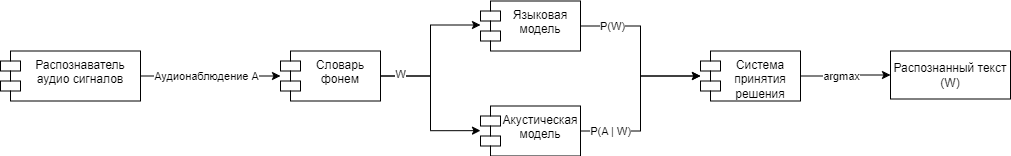
petrik33/BSU-Speech-Recognition keeps this draw.io diagram as diagrams/chapter4-architecture.png. Above is the earlier version. Source tidied: cells renumbered, new cells last; positions are measured from the earlier drawing's top-left corner, leaving out a move shared by most shapes. The source it was exported from:
```xml
<mxGraphModel>
  <root>
    <mxCell id="0" />
    <mxCell id="1" parent="0" />
    <mxCell id="2" style="edgeStyle=orthogonalEdgeStyle;rounded=0;jettySize=auto;html=1;" parent="1" edge="1" source="4" target="14">
      <mxGeometry relative="1" as="geometry" />
    </mxCell>
    <mxCell id="3" value="Аудионаблюдение A" style="edgeLabel;html=1;align=center;verticalAlign=middle;" parent="2" vertex="1">
      <mxGeometry x="0.04" relative="1" as="geometry">
        <mxPoint x="-8" as="offset" />
      </mxGeometry>
    </mxCell>
    <mxCell id="4" value="Распознаватель аудио сигналов" style="shape=module;align=left;spacingLeft=20;align=center;verticalAlign=top;whiteSpace=wrap;html=1;" parent="1" vertex="1">
      <mxGeometry y="50.5" width="140" height="50" as="geometry" />
    </mxCell>
    <mxCell id="5" value="Акустическая модель" style="shape=module;align=left;spacingLeft=20;align=center;verticalAlign=top;whiteSpace=wrap;html=1;" parent="1" vertex="1">
      <mxGeometry x="480" y="105.5" width="100" height="50" as="geometry" />
    </mxCell>
    <mxCell id="6" value="Языковая модель" style="shape=module;align=left;spacingLeft=20;align=center;verticalAlign=top;whiteSpace=wrap;html=1;" parent="1" vertex="1">
      <mxGeometry x="480" y="0.5" width="100" height="50" as="geometry" />
    </mxCell>
    <mxCell id="7" style="edgeStyle=orthogonalEdgeStyle;rounded=0;jettySize=auto;html=1;entryX=1;entryY=0.5;entryDx=0;entryDy=0;startArrow=classic;startFill=1;endArrow=none;endFill=0;" parent="1" edge="1" source="13" target="6">
      <mxGeometry relative="1" as="geometry" />
    </mxCell>
    <mxCell id="8" value="P(W)" style="edgeLabel;html=1;align=center;verticalAlign=middle;" parent="7" vertex="1">
      <mxGeometry x="0.65" relative="1" as="geometry">
        <mxPoint x="1" as="offset" />
      </mxGeometry>
    </mxCell>
    <mxCell id="9" style="edgeStyle=orthogonalEdgeStyle;rounded=0;jettySize=auto;html=1;entryX=1;entryY=0.5;entryDx=0;entryDy=0;startArrow=classic;startFill=1;endArrow=none;endFill=0;" parent="1" edge="1" source="13" target="5">
      <mxGeometry relative="1" as="geometry" />
    </mxCell>
    <mxCell id="10" value="P(A | W)" style="edgeLabel;html=1;align=center;verticalAlign=middle;" parent="9" vertex="1">
      <mxGeometry x="0.7" y="-1" relative="1" as="geometry">
        <mxPoint x="2" y="1" as="offset" />
      </mxGeometry>
    </mxCell>
    <mxCell id="11" style="edgeStyle=orthogonalEdgeStyle;rounded=0;jettySize=auto;html=1;" parent="1" edge="1" source="13" target="19">
      <mxGeometry relative="1" as="geometry" />
    </mxCell>
    <mxCell id="12" value="argmax" style="edgeLabel;html=1;align=center;verticalAlign=middle;" parent="11" vertex="1">
      <mxGeometry x="0.08" relative="1" as="geometry">
        <mxPoint x="-8" y="1" as="offset" />
      </mxGeometry>
    </mxCell>
    <mxCell id="13" value="Система принятия решения" style="shape=module;align=left;spacingLeft=20;align=center;verticalAlign=top;whiteSpace=wrap;html=1;" parent="1" vertex="1">
      <mxGeometry x="700" y="50.5" width="100" height="50" as="geometry" />
    </mxCell>
    <mxCell id="14" value="Словарь фонем" style="shape=module;align=left;spacingLeft=20;align=center;verticalAlign=top;whiteSpace=wrap;html=1;" parent="1" vertex="1">
      <mxGeometry x="280" y="50.5" width="100" height="50" as="geometry" />
    </mxCell>
    <mxCell id="15" style="edgeStyle=orthogonalEdgeStyle;rounded=0;jettySize=auto;html=1;entryX=0;entryY=0.48;entryDx=0;entryDy=0;entryPerimeter=0;" parent="1" edge="1" source="14" target="6">
      <mxGeometry relative="1" as="geometry" />
    </mxCell>
    <mxCell id="16" style="edgeStyle=orthogonalEdgeStyle;rounded=0;jettySize=auto;html=1;entryX=0;entryY=0.493;entryDx=0;entryDy=0;entryPerimeter=0;" parent="1" edge="1" source="14" target="5">
      <mxGeometry relative="1" as="geometry" />
    </mxCell>
    <mxCell id="17" value="W" style="edgeLabel;html=1;align=center;verticalAlign=middle;" parent="16" vertex="1">
      <mxGeometry x="-0.75" y="2" relative="1" as="geometry" />
    </mxCell>
    <mxCell id="18" style="edgeStyle=orthogonalEdgeStyle;rounded=0;orthogonalLoop=1;jettySize=auto;html=1;exitX=0.5;exitY=1;exitDx=0;exitDy=0;" parent="1" edge="1" source="14" target="14">
      <mxGeometry relative="1" as="geometry" />
    </mxCell>
    <mxCell id="19" value="Распознанный текст (W)" style="rounded=0;whiteSpace=wrap;html=1;" parent="1" vertex="1">
      <mxGeometry x="890" y="50.5" width="120" height="48" as="geometry" />
    </mxCell>
  </root>
</mxGraphModel>
```
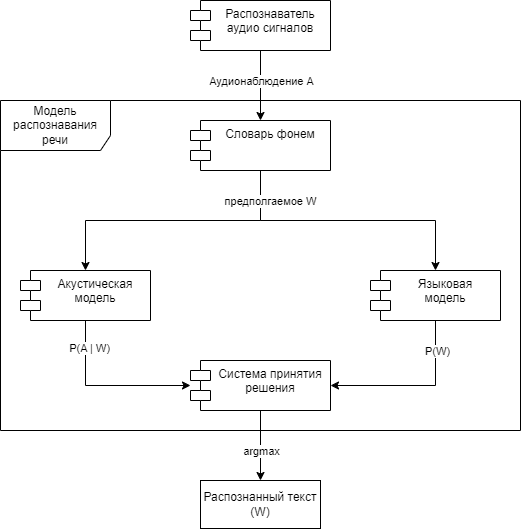
The same file after the commit.

The edit, as a diff of the source:
```diff
@@ -7,19 +7,19 @@
     </mxCell>
     <mxCell id="3" value="Аудионаблюдение A" style="edgeLabel;html=1;align=center;verticalAlign=middle;" parent="2" vertex="1">
       <mxGeometry x="0.04" relative="1" as="geometry">
-        <mxPoint x="-8" as="offset" />
+        <mxPoint y="-6" as="offset" />
       </mxGeometry>
     </mxCell>
     <mxCell id="4" value="Распознаватель аудио сигналов" style="shape=module;align=left;spacingLeft=20;align=center;verticalAlign=top;whiteSpace=wrap;html=1;" parent="1" vertex="1">
-      <mxGeometry y="50.5" width="140" height="50" as="geometry" />
+      <mxGeometry x="600" y="-52" width="140" height="50" as="geometry" />
     </mxCell>
     <mxCell id="5" value="Акустическая модель" style="shape=module;align=left;spacingLeft=20;align=center;verticalAlign=top;whiteSpace=wrap;html=1;" parent="1" vertex="1">
-      <mxGeometry x="480" y="105.5" width="100" height="50" as="geometry" />
+      <mxGeometry x="430" y="218" width="130" height="50" as="geometry" />
     </mxCell>
-    <mxCell id="6" value="Языковая модель" style="shape=module;align=left;spacingLeft=20;align=center;verticalAlign=top;whiteSpace=wrap;html=1;" parent="1" vertex="1">
-      <mxGeometry x="480" y="0.5" width="100" height="50" as="geometry" />
+    <mxCell id="6" value="Языковая&lt;br&gt;модель" style="shape=module;align=left;spacingLeft=20;align=center;verticalAlign=top;whiteSpace=wrap;html=1;" parent="1" vertex="1">
+      <mxGeometry x="780" y="218" width="130" height="50" as="geometry" />
     </mxCell>
-    <mxCell id="7" style="edgeStyle=orthogonalEdgeStyle;rounded=0;jettySize=auto;html=1;entryX=1;entryY=0.5;entryDx=0;entryDy=0;startArrow=classic;startFill=1;endArrow=none;endFill=0;" parent="1" edge="1" source="13" target="6">
+    <mxCell id="7" style="edgeStyle=orthogonalEdgeStyle;rounded=0;jettySize=auto;html=1;entryX=0.5;entryY=1;entryDx=0;entryDy=0;startArrow=classic;startFill=1;endArrow=none;endFill=0;" parent="1" edge="1" source="13" target="6">
       <mxGeometry relative="1" as="geometry" />
     </mxCell>
     <mxCell id="8" value="P(W)" style="edgeLabel;html=1;align=center;verticalAlign=middle;" parent="7" vertex="1">
@@ -27,7 +27,7 @@
         <mxPoint x="1" as="offset" />
       </mxGeometry>
     </mxCell>
-    <mxCell id="9" style="edgeStyle=orthogonalEdgeStyle;rounded=0;jettySize=auto;html=1;entryX=1;entryY=0.5;entryDx=0;entryDy=0;startArrow=classic;startFill=1;endArrow=none;endFill=0;" parent="1" edge="1" source="13" target="5">
+    <mxCell id="9" style="edgeStyle=orthogonalEdgeStyle;rounded=0;jettySize=auto;html=1;entryX=0.5;entryY=1;entryDx=0;entryDy=0;startArrow=classic;startFill=1;endArrow=none;endFill=0;" parent="1" edge="1" source="13" target="5">
       <mxGeometry relative="1" as="geometry" />
     </mxCell>
     <mxCell id="10" value="P(A | W)" style="edgeLabel;html=1;align=center;verticalAlign=middle;" parent="9" vertex="1">
@@ -40,29 +40,44 @@
     </mxCell>
     <mxCell id="12" value="argmax" style="edgeLabel;html=1;align=center;verticalAlign=middle;" parent="11" vertex="1">
       <mxGeometry x="0.08" relative="1" as="geometry">
-        <mxPoint x="-8" y="1" as="offset" />
+        <mxPoint y="2" as="offset" />
       </mxGeometry>
     </mxCell>
     <mxCell id="13" value="Система принятия решения" style="shape=module;align=left;spacingLeft=20;align=center;verticalAlign=top;whiteSpace=wrap;html=1;" parent="1" vertex="1">
-      <mxGeometry x="700" y="50.5" width="100" height="50" as="geometry" />
+      <mxGeometry x="600" y="308" width="140" height="50" as="geometry" />
     </mxCell>
     <mxCell id="14" value="Словарь фонем" style="shape=module;align=left;spacingLeft=20;align=center;verticalAlign=top;whiteSpace=wrap;html=1;" parent="1" vertex="1">
-      <mxGeometry x="280" y="50.5" width="100" height="50" as="geometry" />
+      <mxGeometry x="600" y="68" width="140" height="50" as="geometry" />
     </mxCell>
-    <mxCell id="15" style="edgeStyle=orthogonalEdgeStyle;rounded=0;jettySize=auto;html=1;entryX=0;entryY=0.48;entryDx=0;entryDy=0;entryPerimeter=0;" parent="1" edge="1" source="14" target="6">
-      <mxGeometry relative="1" as="geometry" />
+    <mxCell id="15" style="edgeStyle=orthogonalEdgeStyle;rounded=0;jettySize=auto;html=1;entryX=0.5;entryY=0;entryDx=0;entryDy=0;exitX=0.5;exitY=1;exitDx=0;exitDy=0;" parent="1" edge="1" source="14" target="6">
+      <mxGeometry relative="1" as="geometry">
+        <Array as="points">
+          <mxPoint x="670" y="168" />
+          <mxPoint x="845" y="168" />
+        </Array>
+      </mxGeometry>
     </mxCell>
-    <mxCell id="16" style="edgeStyle=orthogonalEdgeStyle;rounded=0;jettySize=auto;html=1;entryX=0;entryY=0.493;entryDx=0;entryDy=0;entryPerimeter=0;" parent="1" edge="1" source="14" target="5">
-      <mxGeometry relative="1" as="geometry" />
+    <mxCell id="16" style="edgeStyle=orthogonalEdgeStyle;rounded=0;jettySize=auto;html=1;exitX=0.5;exitY=1;exitDx=0;exitDy=0;entryX=0.5;entryY=0;entryDx=0;entryDy=0;" parent="1" edge="1" source="14" target="5">
+      <mxGeometry relative="1" as="geometry">
+        <Array as="points">
+          <mxPoint x="670" y="168" />
+          <mxPoint x="495" y="168" />
+        </Array>
+      </mxGeometry>
     </mxCell>
-    <mxCell id="17" value="W" style="edgeLabel;html=1;align=center;verticalAlign=middle;" parent="16" vertex="1">
-      <mxGeometry x="-0.75" y="2" relative="1" as="geometry" />
+    <mxCell id="17" value="предполгаемое W" style="edgeLabel;html=1;align=center;verticalAlign=middle;" parent="16" vertex="1">
+      <mxGeometry x="-0.75" y="2" relative="1" as="geometry">
+        <mxPoint x="7" y="-4" as="offset" />
+      </mxGeometry>
     </mxCell>
     <mxCell id="18" style="edgeStyle=orthogonalEdgeStyle;rounded=0;orthogonalLoop=1;jettySize=auto;html=1;exitX=0.5;exitY=1;exitDx=0;exitDy=0;" parent="1" edge="1" source="14" target="14">
       <mxGeometry relative="1" as="geometry" />
     </mxCell>
     <mxCell id="19" value="Распознанный текст (W)" style="rounded=0;whiteSpace=wrap;html=1;" parent="1" vertex="1">
-      <mxGeometry x="890" y="50.5" width="120" height="48" as="geometry" />
+      <mxGeometry x="610" y="428" width="120" height="48" as="geometry" />
     </mxCell>
+    <mxCell id="20" value="Модель распознавания речи" style="shape=umlFrame;whiteSpace=wrap;html=1;width=110;height=50;" parent="1" vertex="1">
+      <mxGeometry x="410" y="48" width="520" height="330" as="geometry" />
+    </mxCell>
   </root>
 </mxGraphModel>
```
